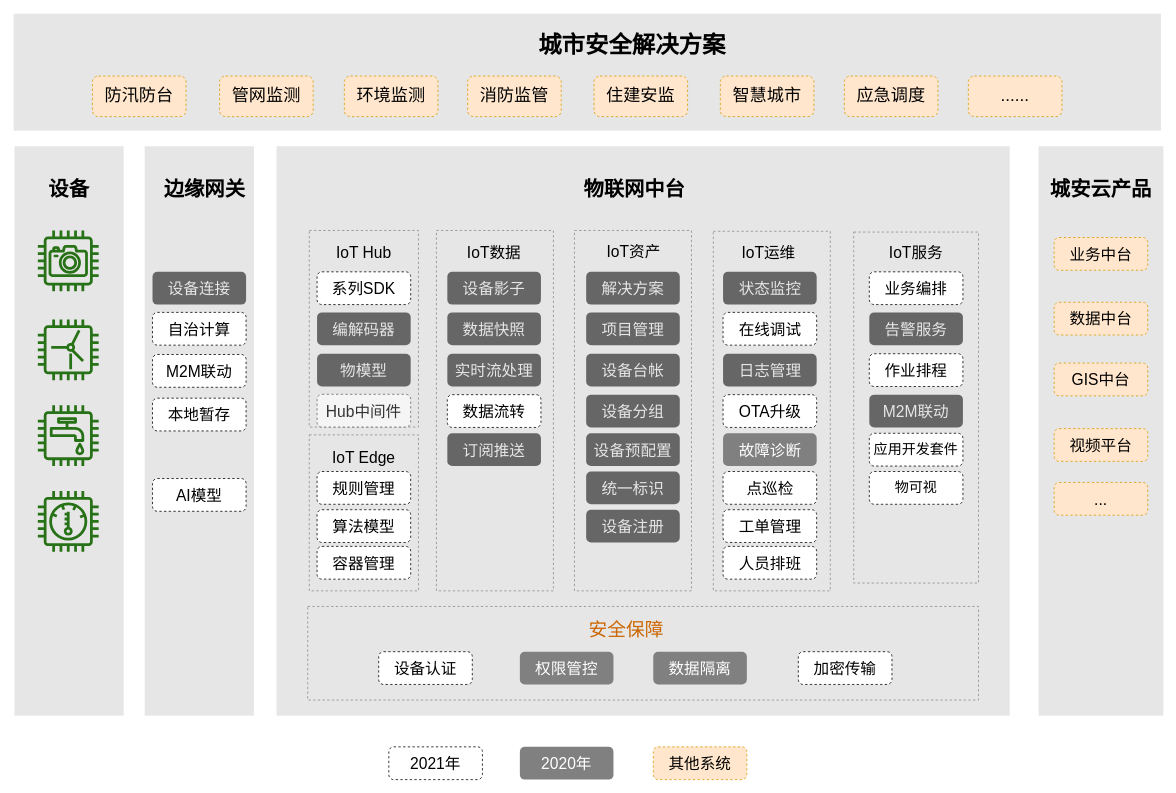
Earlier version of the draw.io diagram page "设备资产管理平台" (5 of 14) of 城安云 物联网中台架构图.drawio (ZachChou-Product/model-design). Source tidied: cells renumbered, new cells numbered last; positions are measured from the earlier drawing's top-left corner, leaving out a move shared by most shapes. Both pictures are drawn from the tidied source at 78%, with x=0, y=0 at pixel (13, 13).
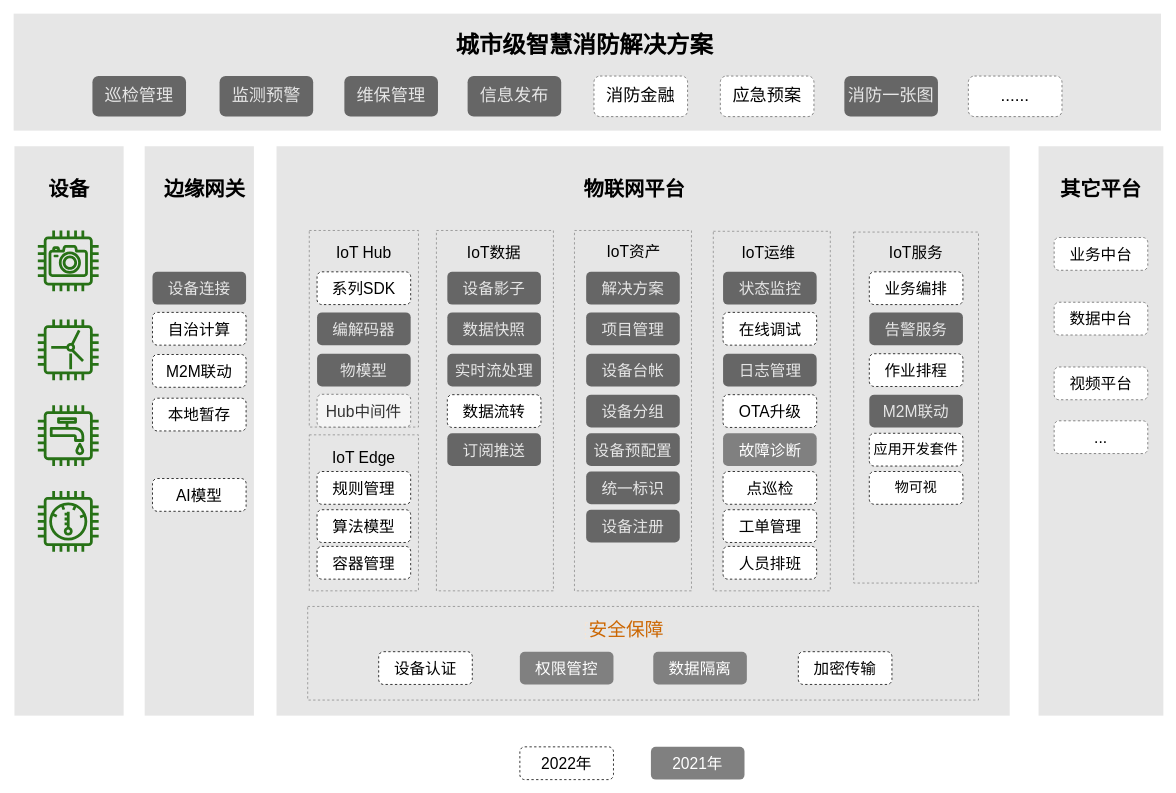
After the change.

Change to the diagram source:
```diff
@@
-    <mxCell id="40" value="物联网中台" style="text;html=1;strokeColor=none;fillColor=none;align=center;verticalAlign=middle;whiteSpace=wrap;rounded=0;dashed=1;fontSize=26;fontStyle=1;" parent="1" vertex="1">
+    <mxCell id="40" value="物联网平台" style="text;html=1;strokeColor=none;fillColor=none;align=center;verticalAlign=middle;whiteSpace=wrap;rounded=0;dashed=1;fontSize=26;fontStyle=1;" parent="1" vertex="1">
       <mxGeometry x="721.5" y="215" width="147.5" height="20" as="geometry" />
     </mxCell>
@@
-    <mxCell id="45" value="城安云产品" style="text;html=1;strokeColor=none;fillColor=none;align=center;verticalAlign=middle;whiteSpace=wrap;rounded=0;dashed=1;fontSize=26;fontStyle=1;" parent="1" vertex="1">
+    <mxCell id="45" value="其它平台" style="text;html=1;strokeColor=none;fillColor=none;align=center;verticalAlign=middle;whiteSpace=wrap;rounded=0;dashed=1;fontSize=26;fontStyle=1;" parent="1" vertex="1">
       <mxGeometry x="1320.2" y="215" width="147.5" height="20" as="geometry" />
     </mxCell>
-    <mxCell id="46" value="GIS中台" style="rounded=1;whiteSpace=wrap;html=1;dashed=1;strokeColor=#d79b00;fillColor=#ffe6cc;fontSize=20;" parent="1" vertex="1">
-      <mxGeometry x="1334" y="448" width="120" height="42" as="geometry" />
-    </mxCell>
-    <mxCell id="47" value="数据中台" style="rounded=1;whiteSpace=wrap;html=1;dashed=1;strokeColor=#d79b00;fillColor=#ffe6cc;fontSize=20;" parent="1" vertex="1">
+    <mxCell id="47" value="数据中台" style="rounded=1;whiteSpace=wrap;html=1;dashed=1;fontSize=20;fillColor=#FFFFFF;strokeColor=#666666;" parent="1" vertex="1">
       <mxGeometry x="1334" y="370" width="120" height="42" as="geometry" />
     </mxCell>
-    <mxCell id="48" value="业务中台" style="rounded=1;whiteSpace=wrap;html=1;dashed=1;strokeColor=#d79b00;fillColor=#ffe6cc;fontSize=20;" parent="1" vertex="1">
+    <mxCell id="48" value="业务中台" style="rounded=1;whiteSpace=wrap;html=1;dashed=1;fontSize=20;fillColor=#FFFFFF;strokeColor=#666666;" parent="1" vertex="1">
       <mxGeometry x="1334" y="287" width="120" height="42" as="geometry" />
     </mxCell>
-    <mxCell id="49" value="..." style="rounded=1;whiteSpace=wrap;html=1;dashed=1;strokeColor=#d79b00;fillColor=#ffe6cc;fontSize=20;" parent="1" vertex="1">
-      <mxGeometry x="1334" y="601" width="120" height="42" as="geometry" />
+    <mxCell id="49" value="..." style="rounded=1;whiteSpace=wrap;html=1;dashed=1;fontSize=20;fillColor=#FFFFFF;strokeColor=#666666;" parent="1" vertex="1">
+      <mxGeometry x="1334" y="522" width="120" height="42" as="geometry" />
     </mxCell>
-    <mxCell id="50" value="视频平台" style="rounded=1;whiteSpace=wrap;html=1;dashed=1;strokeColor=#d79b00;fillColor=#ffe6cc;fontSize=20;" parent="1" vertex="1">
-      <mxGeometry x="1334" y="532" width="120" height="42" as="geometry" />
+    <mxCell id="50" value="视频平台" style="rounded=1;whiteSpace=wrap;html=1;dashed=1;fontSize=20;fillColor=#FFFFFF;strokeColor=#666666;" parent="1" vertex="1">
+      <mxGeometry x="1334" y="453" width="120" height="42" as="geometry" />
     </mxCell>
@@
-    <mxCell id="52" value="城市安全解决方案" style="text;html=1;strokeColor=none;fillColor=none;align=center;verticalAlign=middle;whiteSpace=wrap;rounded=0;dashed=1;fontSize=30;fontStyle=1;" parent="1" vertex="1">
-      <mxGeometry x="661" y="30" width="264" height="20" as="geometry" />
+    <mxCell id="52" value="城市级智慧消防解决方案" style="text;html=1;strokeColor=none;fillColor=none;align=center;verticalAlign=middle;whiteSpace=wrap;rounded=0;dashed=1;fontSize=30;fontStyle=1;" parent="1" vertex="1">
+      <mxGeometry x="542" y="30" width="380" height="20" as="geometry" />
     </mxCell>
-    <mxCell id="53" value="防汛防台" style="rounded=1;whiteSpace=wrap;html=1;dashed=1;strokeColor=#d79b00;fillColor=#ffe6cc;fontSize=22;" parent="1" vertex="1">
+    <mxCell id="53" value="巡检管理" style="rounded=1;whiteSpace=wrap;html=1;dashed=1;fontSize=22;strokeColor=none;fontColor=#E6E6E6;fillColor=#666666;" parent="1" vertex="1">
       <mxGeometry x="101" y="80" width="120" height="52" as="geometry" />
     </mxCell>
-    <mxCell id="54" value="管网监测" style="rounded=1;whiteSpace=wrap;html=1;dashed=1;strokeColor=#d79b00;fillColor=#ffe6cc;fontSize=22;" parent="1" vertex="1">
+    <mxCell id="54" value="监测预警" style="rounded=1;whiteSpace=wrap;html=1;dashed=1;fontSize=22;strokeColor=none;fontColor=#E6E6E6;fillColor=#666666;" parent="1" vertex="1">
       <mxGeometry x="264" y="80" width="120" height="52" as="geometry" />
     </mxCell>
-    <mxCell id="55" value="环境监测" style="rounded=1;whiteSpace=wrap;html=1;dashed=1;strokeColor=#d79b00;fillColor=#ffe6cc;fontSize=22;" parent="1" vertex="1">
+    <mxCell id="55" value="维保管理" style="rounded=1;whiteSpace=wrap;html=1;dashed=1;fontSize=22;strokeColor=none;fontColor=#E6E6E6;fillColor=#666666;" parent="1" vertex="1">
       <mxGeometry x="424" y="80" width="120" height="52" as="geometry" />
     </mxCell>
-    <mxCell id="56" value="消防监管" style="rounded=1;whiteSpace=wrap;html=1;dashed=1;strokeColor=#d79b00;fillColor=#ffe6cc;fontSize=22;" parent="1" vertex="1">
+    <mxCell id="56" value="信息发布" style="rounded=1;whiteSpace=wrap;html=1;dashed=1;fontSize=22;strokeColor=none;fontColor=#E6E6E6;fillColor=#666666;" parent="1" vertex="1">
       <mxGeometry x="582" y="80" width="120" height="52" as="geometry" />
     </mxCell>
-    <mxCell id="57" value="住建安监" style="rounded=1;whiteSpace=wrap;html=1;dashed=1;strokeColor=#d79b00;fillColor=#ffe6cc;fontSize=22;" parent="1" vertex="1">
+    <mxCell id="57" value="消防金融" style="rounded=1;whiteSpace=wrap;html=1;dashed=1;fontSize=22;fillColor=#FFFFFF;strokeColor=#666666;" parent="1" vertex="1">
       <mxGeometry x="744" y="80" width="120" height="52" as="geometry" />
     </mxCell>
-    <mxCell id="58" value="智慧城市" style="rounded=1;whiteSpace=wrap;html=1;dashed=1;strokeColor=#d79b00;fillColor=#ffe6cc;fontSize=22;" parent="1" vertex="1">
+    <mxCell id="58" value="应急预案" style="rounded=1;whiteSpace=wrap;html=1;dashed=1;fontSize=22;fillColor=#FFFFFF;strokeColor=#666666;" parent="1" vertex="1">
       <mxGeometry x="906" y="80" width="120" height="52" as="geometry" />
     </mxCell>
-    <mxCell id="59" value="应急调度" style="rounded=1;whiteSpace=wrap;html=1;dashed=1;strokeColor=#d79b00;fillColor=#ffe6cc;fontSize=22;" parent="1" vertex="1">
+    <mxCell id="59" value="消防一张图" style="rounded=1;whiteSpace=wrap;html=1;dashed=1;fontSize=22;strokeColor=none;fontColor=#E6E6E6;fillColor=#666666;" parent="1" vertex="1">
       <mxGeometry x="1065" y="80" width="120" height="52" as="geometry" />
     </mxCell>
-    <mxCell id="60" value="......" style="rounded=1;whiteSpace=wrap;html=1;dashed=1;strokeColor=#d79b00;fillColor=#ffe6cc;fontSize=22;" parent="1" vertex="1">
+    <mxCell id="60" value="......" style="rounded=1;whiteSpace=wrap;html=1;dashed=1;fontSize=22;fillColor=#FFFFFF;strokeColor=#666666;" parent="1" vertex="1">
       <mxGeometry x="1224" y="80" width="120" height="52" as="geometry" />
     </mxCell>
@@
-    <mxCell id="85" value="2021年" style="rounded=1;whiteSpace=wrap;html=1;dashed=1;fontSize=20;" parent="1" vertex="1">
-      <mxGeometry x="481" y="940" width="120" height="42" as="geometry" />
+    <mxCell id="85" value="2022年" style="rounded=1;whiteSpace=wrap;html=1;dashed=1;fontSize=20;" parent="1" vertex="1">
+      <mxGeometry x="649" y="940" width="120" height="42" as="geometry" />
     </mxCell>
-    <mxCell id="86" value="2020年" style="rounded=1;whiteSpace=wrap;html=1;dashed=1;strokeColor=none;fillColor=#808080;fontSize=20;fontColor=#FFFFFF;" parent="1" vertex="1">
-      <mxGeometry x="649" y="940" width="120" height="42" as="geometry" />
+    <mxCell id="86" value="2021年" style="rounded=1;whiteSpace=wrap;html=1;dashed=1;strokeColor=none;fillColor=#808080;fontSize=20;fontColor=#FFFFFF;" parent="1" vertex="1">
+      <mxGeometry x="817" y="940" width="120" height="42" as="geometry" />
     </mxCell>
-    <mxCell id="87" value="其他系统" style="rounded=1;whiteSpace=wrap;html=1;dashed=1;strokeColor=#d79b00;fillColor=#ffe6cc;fontSize=20;" parent="1" vertex="1">
-      <mxGeometry x="820" y="940" width="120" height="42" as="geometry" />
-    </mxCell>
```
